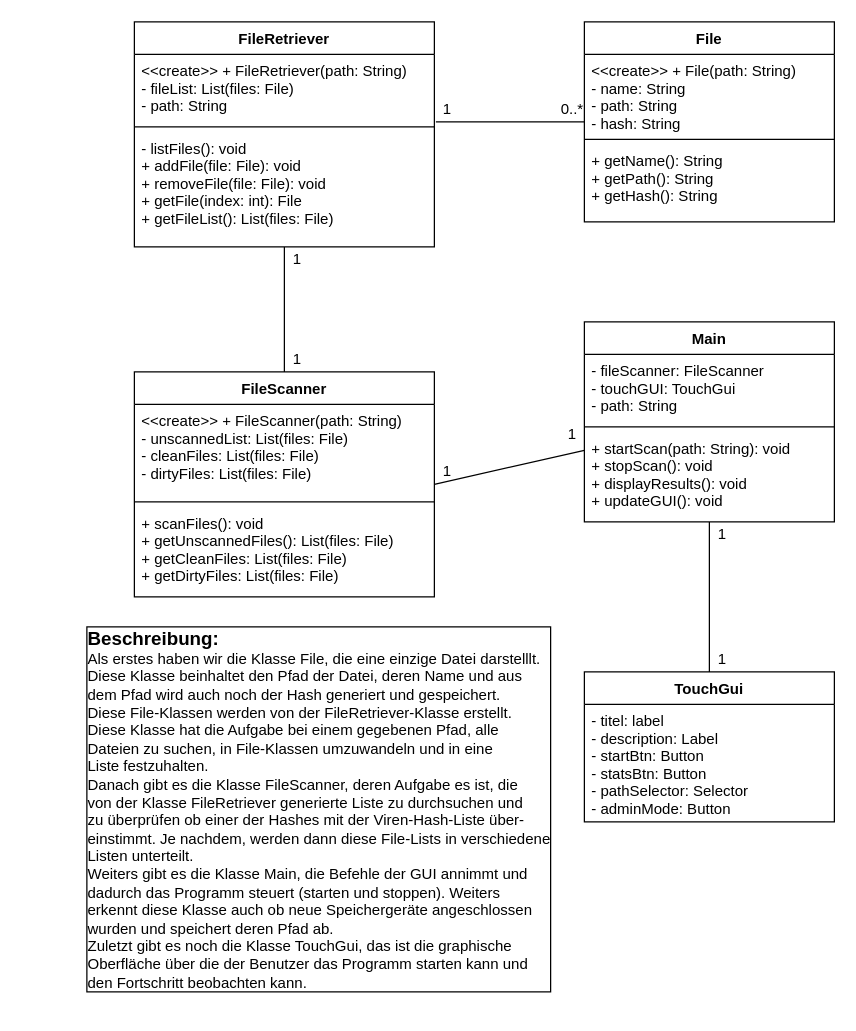
Before: Diagramme/MaturaBOM.drawio in Raspirus/Raspirus, a draw.io diagram. Source tidied: cells renumbered, new cells numbered last; positions are measured from the earlier drawing's top-left corner, leaving out a move shared by most shapes. Both pictures are drawn from the tidied source at 125%, with x=0, y=0 at pixel (84, 21).
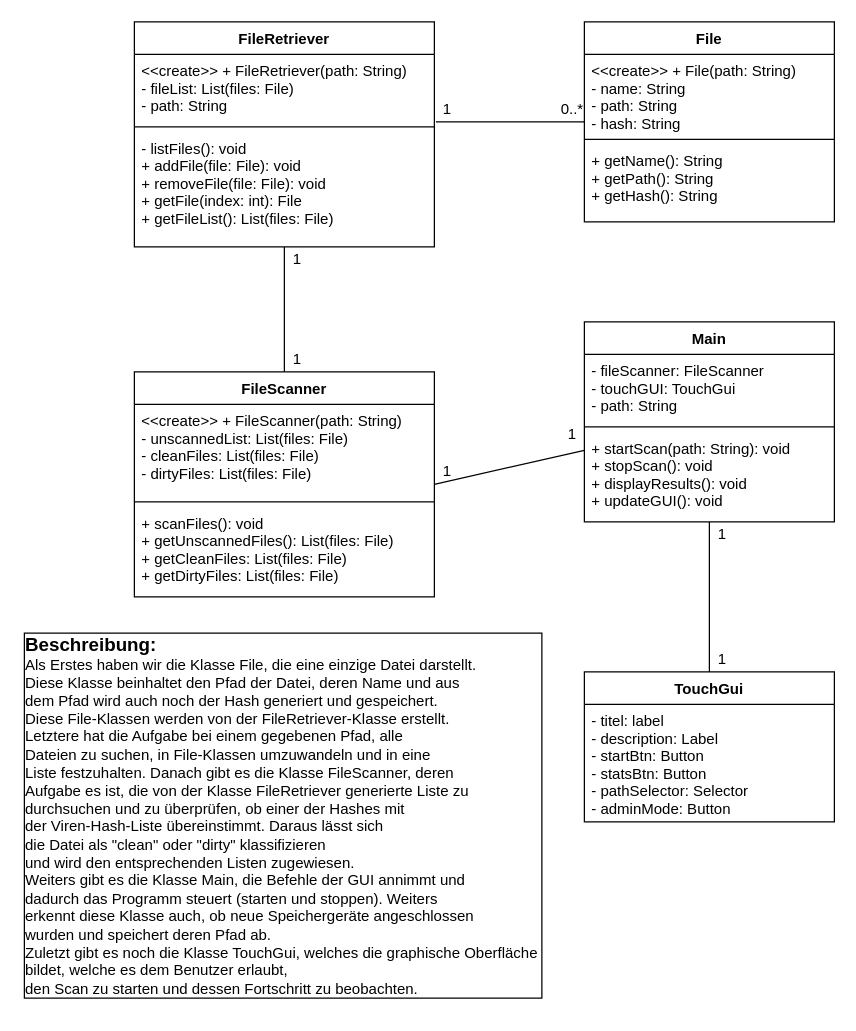
The same diagram, later.

Diff of the diagram source:
```diff
@@
-    <mxCell id="33" value="&lt;font style=&quot;font-size: 15px;&quot;&gt;&lt;b&gt;Beschreibung:&lt;/b&gt;&lt;/font&gt;&lt;br&gt;Als erstes haben wir die Klasse File, die eine einzige Datei darstelllt.&lt;br&gt;Diese Klasse beinhaltet den Pfad der Datei, deren Name und aus&lt;br&gt;dem Pfad wird auch noch der Hash generiert und gespeichert.&lt;br&gt;Diese File-Klassen werden von der FileRetriever-Klasse erstellt.&lt;br&gt;Diese Klasse hat die Aufgabe bei einem gegebenen Pfad, alle&lt;br&gt;Dateien zu suchen, in File-Klassen umzuwandeln und in eine&lt;br&gt;Liste festzuhalten.&lt;br&gt;Danach gibt es die Klasse FileScanner, deren Aufgabe es ist, die&lt;br&gt;von der Klasse FileRetriever generierte Liste zu durchsuchen und&lt;br&gt;zu überprüfen ob einer der Hashes mit der Viren-Hash-Liste über-&lt;br&gt;einstimmt. Je nachdem, werden dann diese File-Lists in verschiedene&lt;br&gt;Listen unterteilt.&lt;br&gt;Weiters gibt es die Klasse Main, die Befehle der GUI annimmt und&lt;br&gt;dadurch das Programm steuert (starten und stoppen). Weiters&lt;br&gt;erkennt diese Klasse auch ob neue Speichergeräte angeschlossen&lt;br&gt;wurden und speichert deren Pfad ab.&lt;br&gt;Zuletzt gibt es noch die Klasse TouchGui, das ist die graphische&lt;br&gt;Oberfläche über die der Benutzer das Programm starten kann und&lt;br&gt;den Fortschritt beobachten kann.&amp;nbsp;" style="text;html=1;align=left;verticalAlign=middle;strokeColor=none;fillColor=none;labelBackgroundColor=default;labelBorderColor=default;" parent="1" vertex="1">
-      <mxGeometry y="475" width="390" height="310" as="geometry" />
+    <mxCell id="33" value="&lt;font style=&quot;font-size: 15px;&quot;&gt;&lt;b&gt;Beschreibung:&lt;/b&gt;&lt;/font&gt;&lt;br&gt;&lt;div&gt;Als Erstes haben wir die Klasse File, die eine einzige Datei darstellt.&lt;/div&gt;&lt;div&gt;Diese Klasse beinhaltet den Pfad der Datei, deren Name und aus&lt;/div&gt;&lt;div&gt;dem Pfad wird auch noch der Hash generiert und gespeichert.&lt;/div&gt;&lt;div&gt;Diese File-Klassen werden von der FileRetriever-Klasse erstellt.&lt;/div&gt;&lt;div&gt;Letztere hat die Aufgabe bei einem gegebenen Pfad, alle&lt;/div&gt;&lt;div&gt;Dateien zu suchen, in File-Klassen umzuwandeln und in eine&lt;/div&gt;&lt;div&gt;Liste festzuhalten. Danach gibt es die Klasse FileScanner, deren&amp;nbsp;&lt;/div&gt;&lt;div&gt;Aufgabe es ist, die von der Klasse FileRetriever generierte Liste zu&amp;nbsp;&lt;/div&gt;&lt;div&gt;durchsuchen und zu überprüfen, ob einer der Hashes mit&amp;nbsp;&lt;/div&gt;&lt;div&gt;der Viren-Hash-Liste übereinstimmt. Daraus lässt sich&amp;nbsp;&lt;/div&gt;&lt;div&gt;die Datei als &quot;clean&quot; oder &quot;dirty&quot; klassifizieren&amp;nbsp;&lt;/div&gt;&lt;div&gt;und wird den entsprechenden Listen zugewiesen.&lt;/div&gt;&lt;div&gt;Weiters gibt es die Klasse Main, die Befehle der GUI annimmt und&lt;/div&gt;&lt;div&gt;dadurch das Programm steuert (starten und stoppen). Weiters&lt;/div&gt;&lt;div&gt;erkennt diese Klasse auch, ob neue Speichergeräte angeschlossen&lt;/div&gt;&lt;div&gt;wurden und speichert deren Pfad ab.&lt;/div&gt;&lt;div&gt;Zuletzt gibt es noch die Klasse TouchGui, welches die graphische Oberfläche&amp;nbsp;&lt;/div&gt;&lt;div&gt;bildet, welche es dem Benutzer erlaubt,&amp;nbsp;&lt;/div&gt;&lt;div&gt;den Scan zu starten und dessen Fortschritt zu beobachten.&lt;/div&gt;" style="text;html=1;align=left;verticalAlign=middle;strokeColor=none;fillColor=none;labelBackgroundColor=default;labelBorderColor=default;" parent="1" vertex="1">
+      <mxGeometry x="-50" y="480" width="440" height="310" as="geometry" />
     </mxCell>
```
